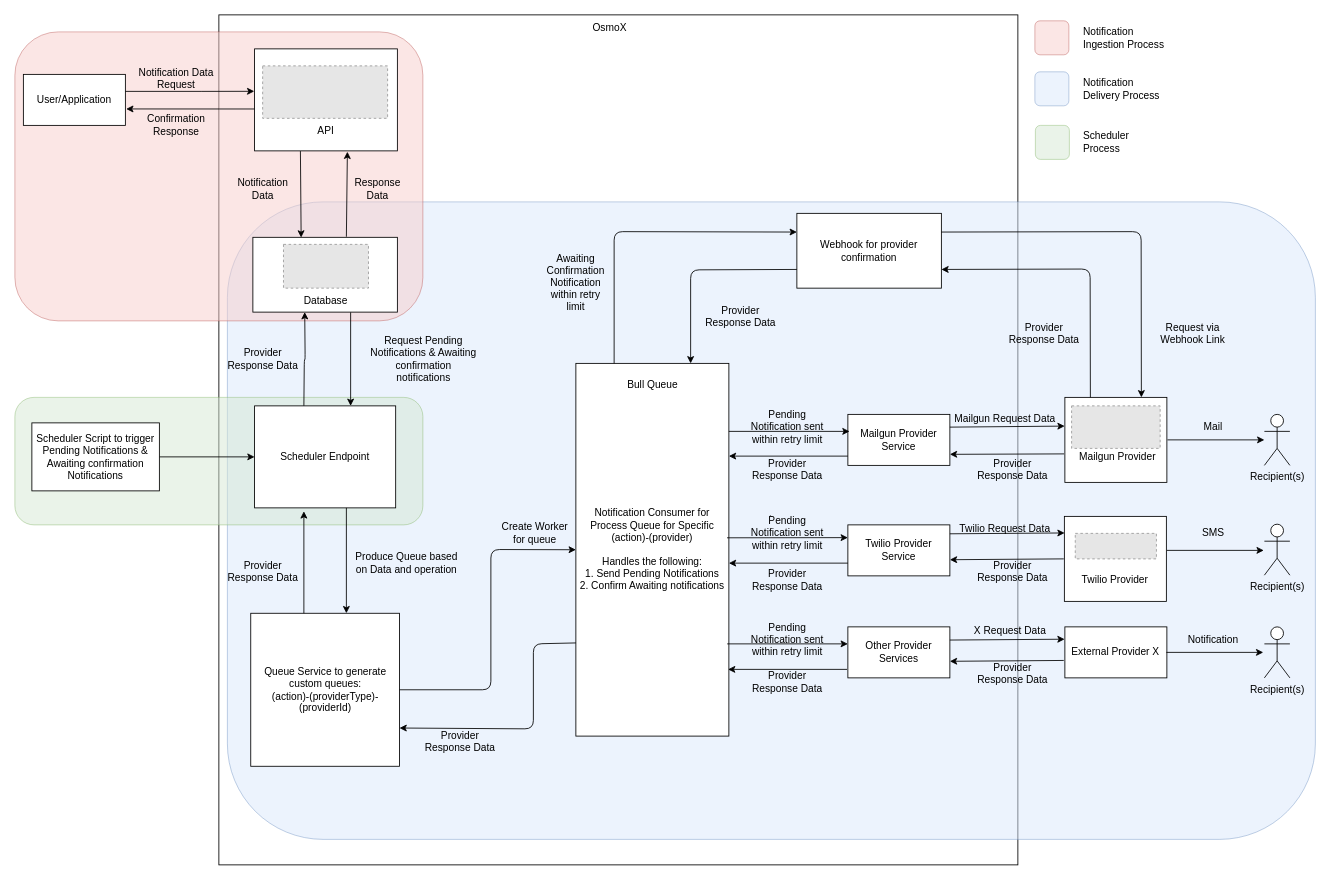
Above: apps/api/docs/assets/OsmoX-block-diagram.drawio in OsmosysSoftware/osmo-x (draw.io), before the change. Source tidied: cells renumbered, new cells numbered last; positions are measured from the earlier drawing's top-left corner, leaving out a move shared by most shapes. Both pictures are drawn from the tidied source at 85%, with x=0, y=0 at pixel (14, 14). Pictures stored in the file or linked from it are replaced by grey dashed boxes.
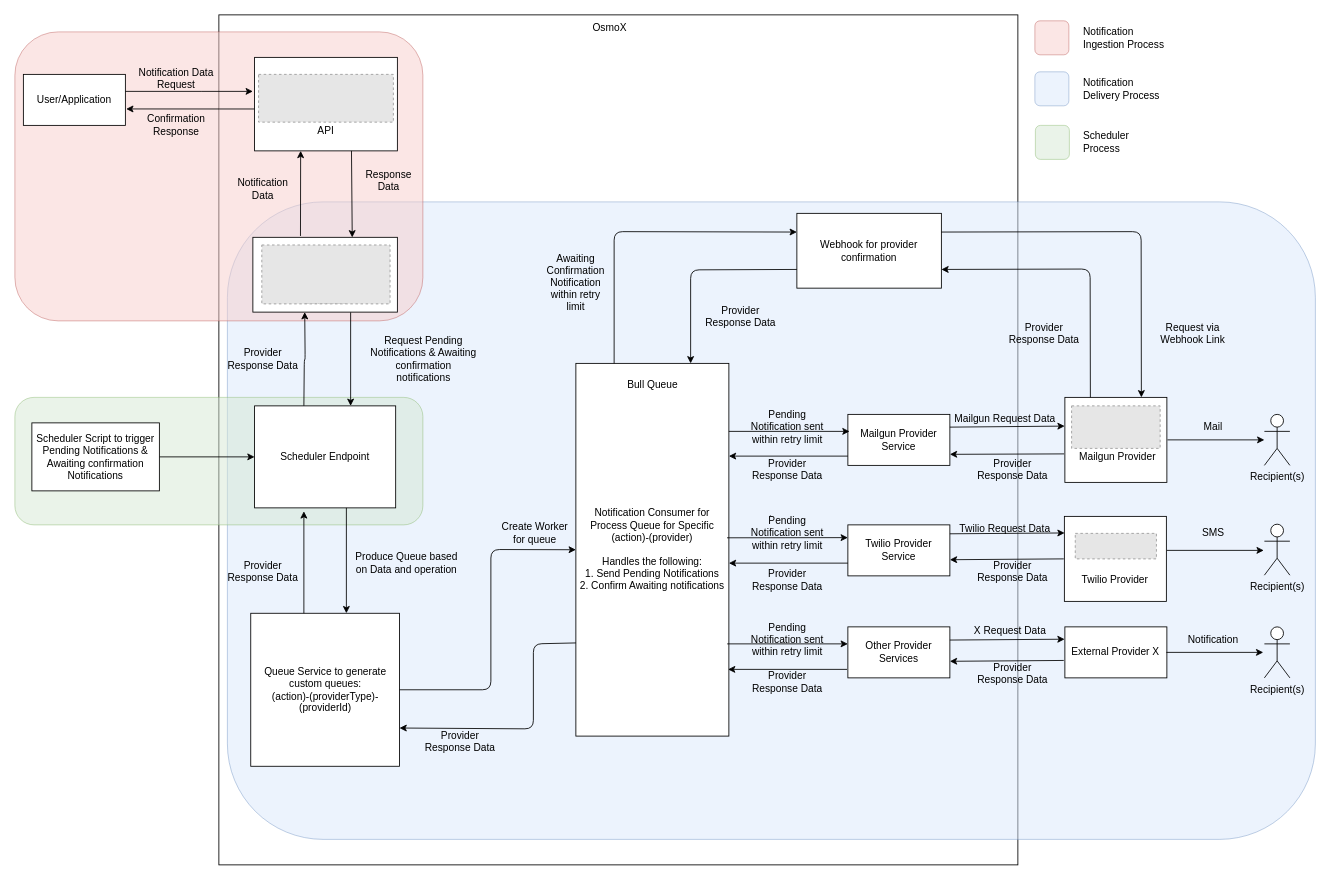
The same page after the edit.

Unchanged cells that the change refers to:
```xml
<mxCell id="6" value="User/Application" style="rounded=0;whiteSpace=wrap;html=1;" parent="1" vertex="1">
  <mxGeometry x="10" y="70" width="120" height="60" as="geometry" />
</mxCell>
<mxCell id="7" style="rounded=0;whiteSpace=wrap;html=1;" parent="1" vertex="1">
  <mxGeometry x="280" y="261.7" width="170" height="88" as="geometry" />
</mxCell>
```

What changed in the source:
```diff
@@
-    <mxCell id="9" style="fillColor=#E6E6E6;strokeColor=#999999;dashed=1;verticalLabelPosition=bottom;labelBackgroundColor=default;verticalAlign=top;" parent="1" vertex="1">
-      <mxGeometry x="316" y="270" width="100" height="51.5" as="geometry" />
-    </mxCell>
@@
     <mxCell id="13" style="rounded=0;whiteSpace=wrap;html=1;" parent="1" vertex="1">
-      <mxGeometry x="282" y="40" width="168" height="120" as="geometry" />
+      <mxGeometry x="282" y="50" width="168" height="110" as="geometry" />
     </mxCell>
@@
-    <mxCell id="15" style="fillColor=#E6E6E6;strokeColor=#999999;dashed=1;verticalLabelPosition=bottom;labelBackgroundColor=default;verticalAlign=top;" parent="1" vertex="1">
-      <mxGeometry x="291.5" y="60" width="147" height="61.7" as="geometry" />
-    </mxCell>
-    <mxCell id="16" style="edgeStyle=orthogonalEdgeStyle;rounded=0;jettySize=auto;html=1;entryX=-0.002;entryY=0.416;entryDx=0;entryDy=0;entryPerimeter=0;" parent="1" edge="1" source="6" target="13">
+    <mxCell id="16" style="edgeStyle=orthogonalEdgeStyle;rounded=0;jettySize=auto;html=1;" parent="1" edge="1" source="6">
       <mxGeometry relative="1" as="geometry">
+        <mxPoint x="280" y="90" as="targetPoint" />
         <Array as="points">
           <mxPoint x="220" y="90" />
           <mxPoint x="220" y="90" />
         </Array>
       </mxGeometry>
     </mxCell>
@@
     <mxCell id="24" value="Response Data" style="text;html=1;strokeColor=none;fillColor=none;align=center;verticalAlign=middle;whiteSpace=wrap;rounded=0;" parent="1" vertex="1">
-      <mxGeometry x="397" y="190" width="60" height="30" as="geometry" />
+      <mxGeometry x="410" y="180" width="60" height="30" as="geometry" />
     </mxCell>
@@
-    <mxCell id="33" style="endArrow=classic;html=1;rounded=1;entryX=0.65;entryY=1.008;entryDx=0;entryDy=0;entryPerimeter=0;" parent="1" edge="1" target="13">
+    <mxCell id="33" style="endArrow=classic;html=1;rounded=1;entryX=0.65;entryY=1.008;entryDx=0;entryDy=0;entryPerimeter=0;" parent="1" edge="1">
       <mxGeometry relative="1" as="geometry">
-        <mxPoint x="390" y="261" as="sourcePoint" />
+        <mxPoint x="336" y="260.1" as="sourcePoint" />
+        <mxPoint x="336.2" y="160" as="targetPoint" />
       </mxGeometry>
     </mxCell>
-    <mxCell id="34" style="endArrow=classic;html=1;rounded=1;exitX=0.321;exitY=1.002;exitDx=0;exitDy=0;entryX=0.334;entryY=0.003;entryDx=0;entryDy=0;exitPerimeter=0;entryPerimeter=0;" parent="1" edge="1" source="13" target="7">
-      <mxGeometry relative="1" as="geometry" />
+    <mxCell id="34" style="endArrow=classic;html=1;rounded=1;exitX=0.321;exitY=1.002;exitDx=0;exitDy=0;entryX=0.334;entryY=0.003;entryDx=0;entryDy=0;exitPerimeter=0;entryPerimeter=0;" parent="1" edge="1">
+      <mxGeometry relative="1" as="geometry">
+        <mxPoint x="396" y="160" as="sourcePoint" />
+        <mxPoint x="396.9" y="261.8" as="targetPoint" />
+      </mxGeometry>
     </mxCell>
@@
-    <mxCell id="41" style="fillColor=#E6E6E6;strokeColor=#999999;dashed=1;verticalLabelPosition=bottom;labelBackgroundColor=default;verticalAlign=top;" parent="1" vertex="1">
-      <mxGeometry x="1243.2" y="460" width="104.2" height="50" as="geometry" />
-    </mxCell>
@@
+    <mxCell id="41" style="fillColor=#E6E6E6;strokeColor=#999999;dashed=1;verticalLabelPosition=bottom;labelBackgroundColor=default;verticalAlign=top;" parent="1" vertex="1">
+      <mxGeometry x="1243.2" y="460" width="104.2" height="50" as="geometry" />
+    </mxCell>
+    <mxCell id="100" style="fillColor=#E6E6E6;strokeColor=#999999;dashed=1;verticalLabelPosition=bottom;labelBackgroundColor=default;verticalAlign=top;" parent="1" vertex="1">
+      <mxGeometry x="286.7" y="70" width="158.6" height="56.2" as="geometry" />
+    </mxCell>
+    <mxCell id="101" style="fillColor=#E6E6E6;strokeColor=#999999;dashed=1;verticalLabelPosition=bottom;labelBackgroundColor=default;verticalAlign=top;" parent="1" vertex="1">
+      <mxGeometry x="290.5" y="270.7" width="150.9" height="69.3" as="geometry" />
+    </mxCell>
```
